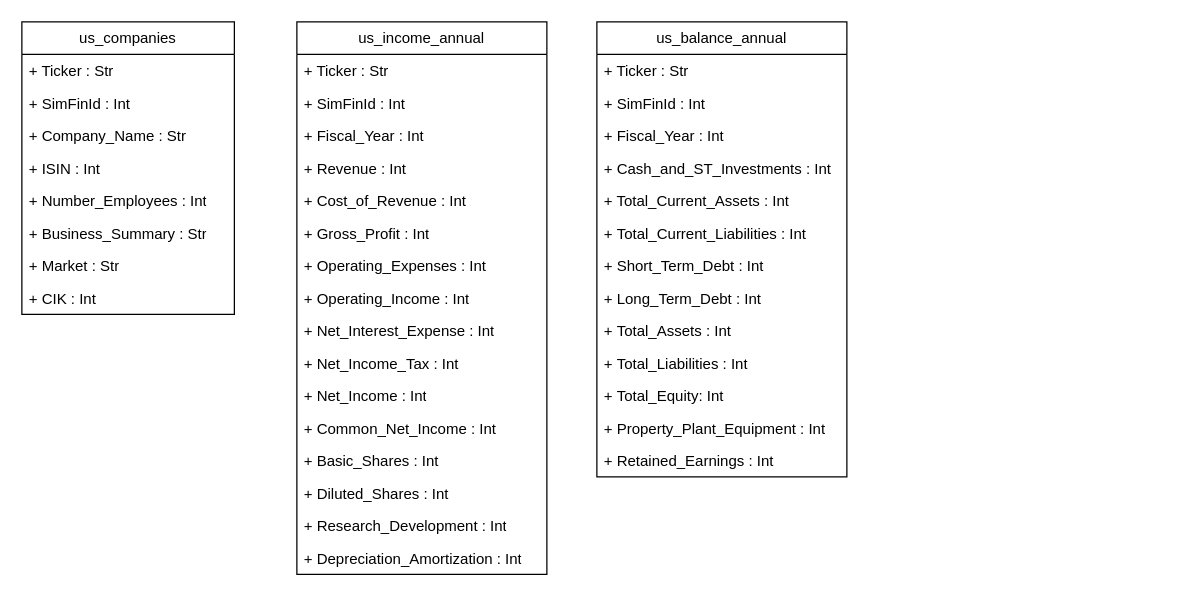
This is utils/Untitled Diagram.drawio from DavidRosario26387/Stock_API, a draw.io file, before an edit. Source tidied: cells renumbered, new cells numbered last; positions are measured from the earlier drawing's top-left corner, leaving out a move shared by most shapes. Both pictures are drawn from the tidied source at 125%, with x=0, y=0 at pixel (21, 21).
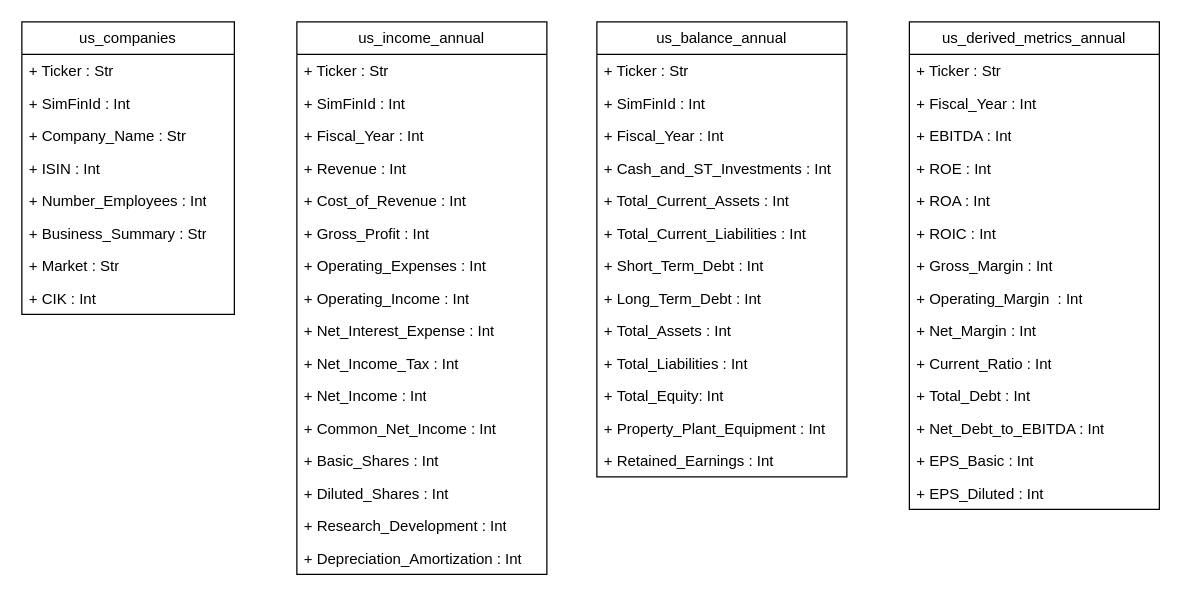
The same page after the edit.

Commit message (it also covers changes not shown here):
added derived metrics

What changed in the source:
```diff
@@
+    <mxCell id="42" value="us_derived_metrics_annual" style="swimlane;fontStyle=0;horizontal=1;startSize=26;fillColor=none;whiteSpace=wrap;html=1;" parent="1" vertex="1">
+      <mxGeometry x="710" width="200" height="390" as="geometry" />
+    </mxCell>
+    <mxCell id="43" value="+ Ticker : Str" style="text;strokeColor=none;fillColor=none;align=left;verticalAlign=top;spacingLeft=4;spacingRight=4;overflow=hidden;whiteSpace=wrap;html=1;" parent="42" vertex="1">
+      <mxGeometry y="26" width="200" height="26" as="geometry" />
+    </mxCell>
+    <mxCell id="44" value="+ Fiscal_Year : Int" style="text;strokeColor=none;fillColor=none;align=left;verticalAlign=top;spacingLeft=4;spacingRight=4;overflow=hidden;whiteSpace=wrap;html=1;" parent="42" vertex="1">
+      <mxGeometry y="52" width="200" height="26" as="geometry" />
+    </mxCell>
+    <mxCell id="45" value="+ EBITDA : Int" style="text;strokeColor=none;fillColor=none;align=left;verticalAlign=top;spacingLeft=4;spacingRight=4;overflow=hidden;whiteSpace=wrap;html=1;" parent="42" vertex="1">
+      <mxGeometry y="78" width="200" height="26" as="geometry" />
+    </mxCell>
+    <mxCell id="46" value="+ ROE : Int" style="text;strokeColor=none;fillColor=none;align=left;verticalAlign=top;spacingLeft=4;spacingRight=4;overflow=hidden;whiteSpace=wrap;html=1;" parent="42" vertex="1">
+      <mxGeometry y="104" width="200" height="26" as="geometry" />
+    </mxCell>
+    <mxCell id="47" value="+ ROA : Int" style="text;strokeColor=none;fillColor=none;align=left;verticalAlign=top;spacingLeft=4;spacingRight=4;overflow=hidden;whiteSpace=wrap;html=1;" parent="42" vertex="1">
+      <mxGeometry y="130" width="200" height="26" as="geometry" />
+    </mxCell>
+    <mxCell id="48" value="+ ROIC : Int" style="text;strokeColor=none;fillColor=none;align=left;verticalAlign=top;spacingLeft=4;spacingRight=4;overflow=hidden;whiteSpace=wrap;html=1;" parent="42" vertex="1">
+      <mxGeometry y="156" width="200" height="26" as="geometry" />
+    </mxCell>
+    <mxCell id="49" value="+ Gross_Margin : Int" style="text;strokeColor=none;fillColor=none;align=left;verticalAlign=top;spacingLeft=4;spacingRight=4;overflow=hidden;whiteSpace=wrap;html=1;" parent="42" vertex="1">
+      <mxGeometry y="182" width="200" height="26" as="geometry" />
+    </mxCell>
+    <mxCell id="50" value="+&amp;nbsp;Operating_Margin&amp;nbsp; : Int" style="text;strokeColor=none;fillColor=none;align=left;verticalAlign=top;spacingLeft=4;spacingRight=4;overflow=hidden;whiteSpace=wrap;html=1;" parent="42" vertex="1">
+      <mxGeometry y="208" width="200" height="26" as="geometry" />
+    </mxCell>
+    <mxCell id="51" value="+&amp;nbsp;Net_Margin : Int" style="text;strokeColor=none;fillColor=none;align=left;verticalAlign=top;spacingLeft=4;spacingRight=4;overflow=hidden;whiteSpace=wrap;html=1;" parent="42" vertex="1">
+      <mxGeometry y="234" width="200" height="26" as="geometry" />
+    </mxCell>
+    <mxCell id="52" value="+&amp;nbsp;Current_Ratio : Int" style="text;strokeColor=none;fillColor=none;align=left;verticalAlign=top;spacingLeft=4;spacingRight=4;overflow=hidden;whiteSpace=wrap;html=1;" parent="42" vertex="1">
+      <mxGeometry y="260" width="200" height="26" as="geometry" />
+    </mxCell>
+    <mxCell id="53" value="+&amp;nbsp;Total_Debt : Int" style="text;strokeColor=none;fillColor=none;align=left;verticalAlign=top;spacingLeft=4;spacingRight=4;overflow=hidden;whiteSpace=wrap;html=1;" parent="42" vertex="1">
+      <mxGeometry y="286" width="200" height="26" as="geometry" />
+    </mxCell>
+    <mxCell id="54" value="+&amp;nbsp;Net_Debt_to_EBITDA : Int" style="text;strokeColor=none;fillColor=none;align=left;verticalAlign=top;spacingLeft=4;spacingRight=4;overflow=hidden;whiteSpace=wrap;html=1;" parent="42" vertex="1">
+      <mxGeometry y="312" width="200" height="26" as="geometry" />
+    </mxCell>
+    <mxCell id="55" value="+&amp;nbsp;EPS_Basic : Int" style="text;strokeColor=none;fillColor=none;align=left;verticalAlign=top;spacingLeft=4;spacingRight=4;overflow=hidden;whiteSpace=wrap;html=1;" parent="42" vertex="1">
+      <mxGeometry y="338" width="200" height="26" as="geometry" />
+    </mxCell>
+    <mxCell id="56" value="+&amp;nbsp;EPS_Diluted : Int&amp;nbsp;" style="text;strokeColor=none;fillColor=none;align=left;verticalAlign=top;spacingLeft=4;spacingRight=4;overflow=hidden;whiteSpace=wrap;html=1;" parent="42" vertex="1">
+      <mxGeometry y="364" width="200" height="26" as="geometry" />
+    </mxCell>
```
